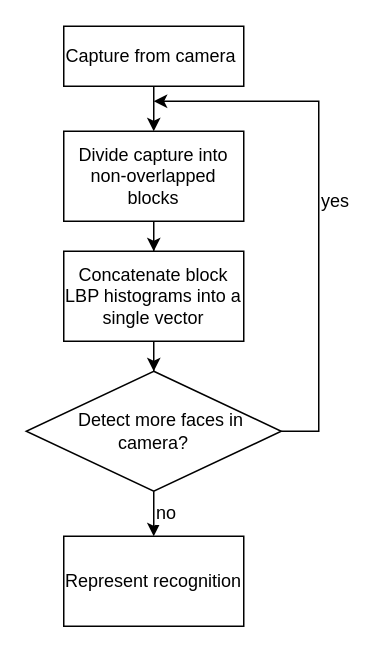
Earlier version of the draw.io diagram regconize.drawio (danblue3/test). Source tidied: cells renumbered, new cells numbered last; positions are measured from the earlier drawing's top-left corner, leaving out a move shared by most shapes. Both pictures are drawn from the tidied source at 150%, with x=0, y=0 at pixel (26, 26).
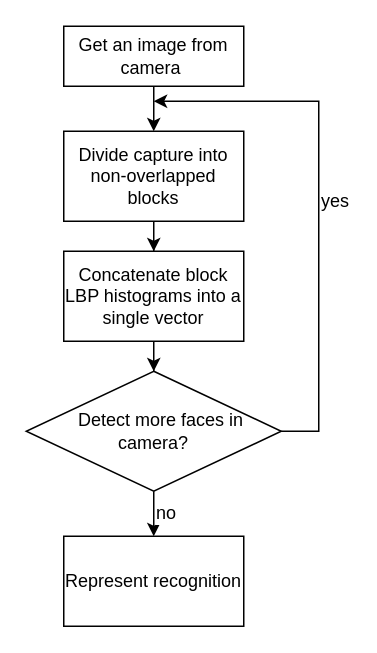
Above is the later version.

What changed in the source:
```diff
@@
 <mxGraphModel>
   <root>
     <mxCell id="0" />
     <mxCell id="1" parent="0" />
     <mxCell id="2" style="edgeStyle=orthogonalEdgeStyle;rounded=0;jettySize=auto;html=1;entryX=0.5;entryY=0;entryDx=0;entryDy=0;" parent="1" edge="1" source="3" target="5">
       <mxGeometry relative="1" as="geometry" />
     </mxCell>
-    <mxCell id="3" value="Capture from camera&amp;nbsp;" style="rounded=0;whiteSpace=wrap;html=1;fontSize=12;glass=0;strokeWidth=1;shadow=0;" parent="1" vertex="1">
+    <mxCell id="3" value="Get an image from camera&amp;nbsp;" style="rounded=0;whiteSpace=wrap;html=1;fontSize=12;glass=0;strokeWidth=1;shadow=0;" parent="1" vertex="1">
       <mxGeometry x="25" width="120" height="40" as="geometry" />
     </mxCell>
     <mxCell id="4" style="edgeStyle=orthogonalEdgeStyle;rounded=0;jettySize=auto;html=1;entryX=0.5;entryY=0;entryDx=0;entryDy=0;" parent="1" edge="1" source="5" target="7">
       <mxGeometry relative="1" as="geometry" />
     </mxCell>
     <mxCell id="5" value="Divide capture into non-overlapped blocks" style="rounded=0;whiteSpace=wrap;html=1;" parent="1" vertex="1">
       <mxGeometry x="25" y="70" width="120" height="60" as="geometry" />
     </mxCell>
     <mxCell id="6" style="edgeStyle=orthogonalEdgeStyle;rounded=0;jettySize=auto;html=1;entryX=0.5;entryY=0;entryDx=0;entryDy=0;" parent="1" edge="1" source="7" target="10">
       <mxGeometry relative="1" as="geometry" />
     </mxCell>
     <mxCell id="7" value="Concatenate block LBP histograms into a single vector" style="rounded=0;whiteSpace=wrap;html=1;" parent="1" vertex="1">
       <mxGeometry x="25" y="150" width="120" height="60" as="geometry" />
     </mxCell>
     <mxCell id="8" value="no" style="edgeStyle=orthogonalEdgeStyle;rounded=0;jettySize=auto;html=1;entryX=0.5;entryY=0;entryDx=0;entryDy=0;endArrow=classic;endFill=1;labelPosition=right;verticalLabelPosition=middle;align=left;verticalAlign=middle;fontSize=12;" parent="1" edge="1" source="10" target="11">
       <mxGeometry relative="1" as="geometry" />
     </mxCell>
     <mxCell id="9" value="yes" style="edgeStyle=orthogonalEdgeStyle;rounded=0;jettySize=auto;html=1;fontSize=12;endArrow=classic;endFill=1;labelPosition=right;verticalLabelPosition=middle;align=left;verticalAlign=middle;" parent="1" edge="1" source="10">
       <mxGeometry relative="1" as="geometry">
         <mxPoint x="85" y="50" as="targetPoint" />
         <Array as="points">
           <mxPoint x="195" y="270" />
           <mxPoint x="195" y="50" />
           <mxPoint x="85" y="50" />
         </Array>
       </mxGeometry>
     </mxCell>
     <mxCell id="10" value="&lt;span style=&quot;&quot;&gt;&amp;nbsp; &amp;nbsp;Detect more faces in camera?&lt;/span&gt;" style="rhombus;whiteSpace=wrap;html=1;rounded=0;glass=0;sketch=0;" parent="1" vertex="1">
       <mxGeometry y="230" width="170" height="80" as="geometry" />
     </mxCell>
     <mxCell id="11" value="Represent recognition" style="rounded=0;whiteSpace=wrap;html=1;" parent="1" vertex="1">
       <mxGeometry x="25" y="340" width="120" height="60" as="geometry" />
     </mxCell>
   </root>
 </mxGraphModel>
```
